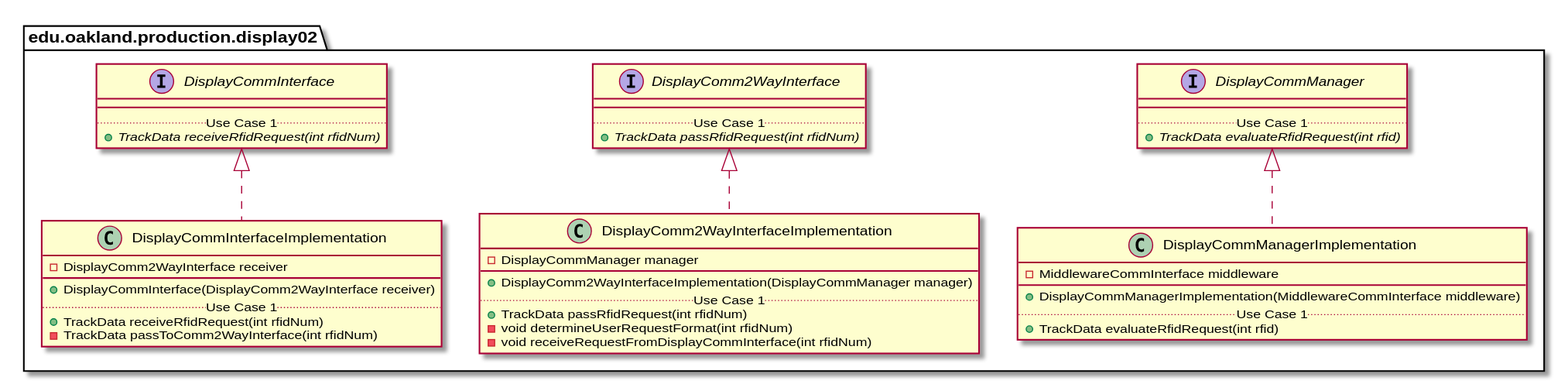
Above: docs/uml-class-diagrams/display02/production/Display02ProductionPackage_DirectDependencies.svg in andrewdimmer/csi-3370-software-project (PlantUML), before the change.
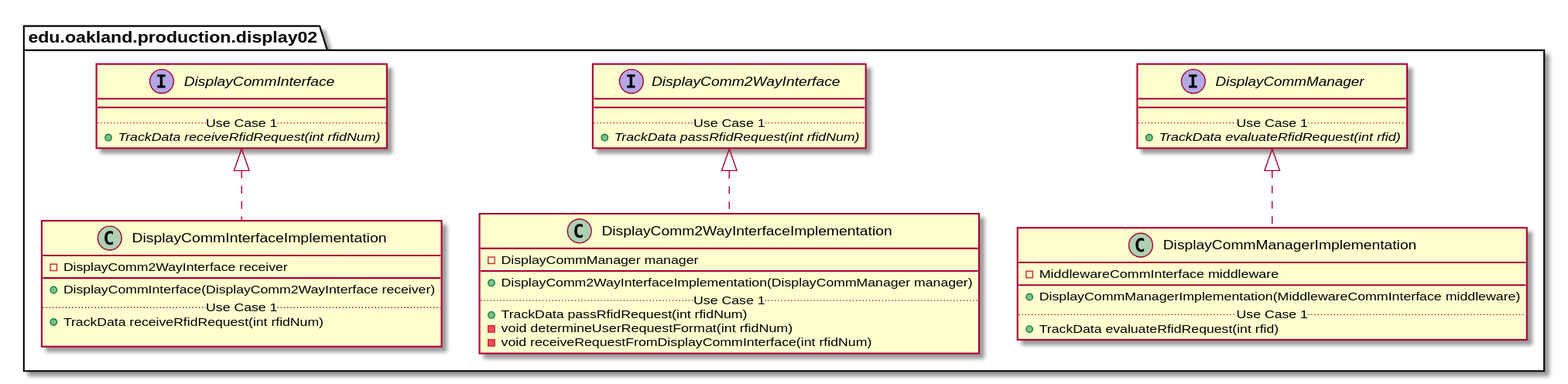
Above is the later version.

What changed in the source:
```diff
@@ -44,7 +44,7 @@
         + DisplayCommInterface(DisplayComm2WayInterface receiver)
         .. Use Case 1 ..
         + TrackData receiveRfidRequest(int rfidNum)
-        - TrackData passToComm2WayInterface(int rfidNum)
+
     }
 }
 
```
